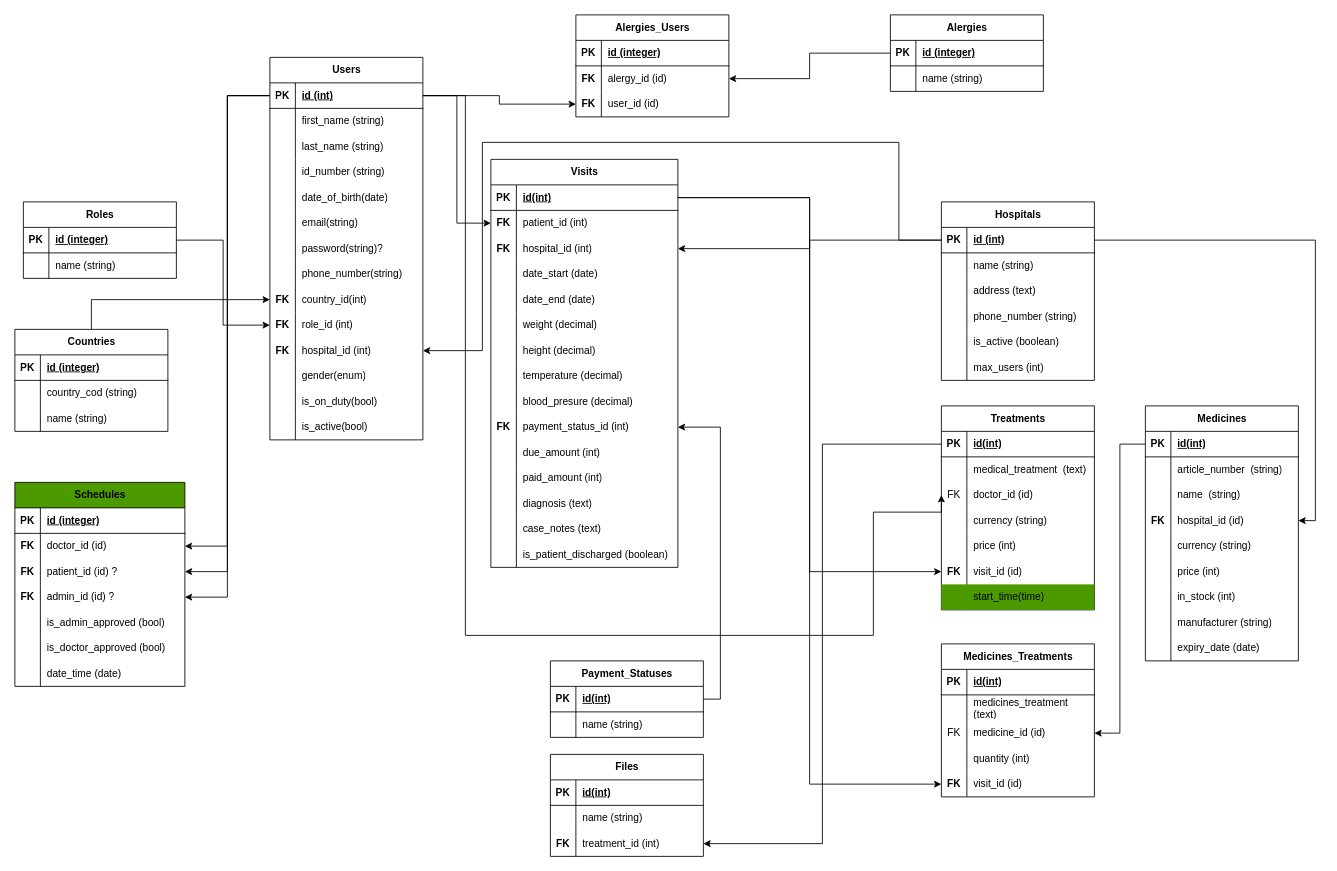
fao30/hospital-management-be keeps this draw.io diagram as Untitled Diagram.drawio. Above is the earlier version. Source tidied: cells renumbered, new cells numbered last; positions are measured from the earlier drawing's top-left corner, leaving out a move shared by most shapes. Both pictures are drawn from the tidied source at 85%, with x=0, y=0 at pixel (14, 14).
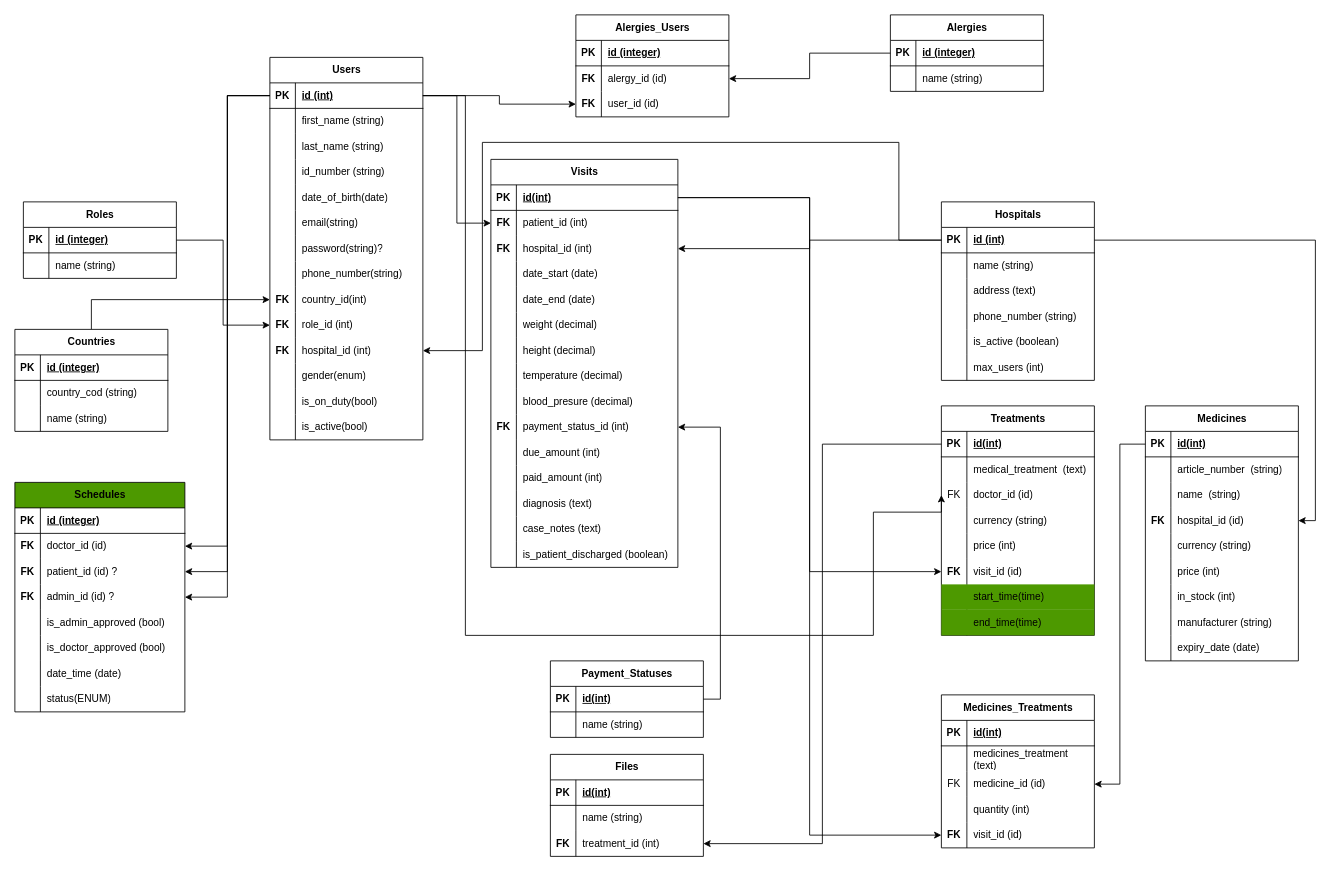
After the change.

Diff of the diagram source:
```diff
@@
     <mxCell id="131" value="Treatments" style="shape=table;startSize=30;childLayout=tableLayout;rowLines=0;fontStyle=1;align=center;html=1;" parent="1" vertex="1">
-      <mxGeometry x="1090" y="460" width="180" height="240" as="geometry" />
+      <mxGeometry x="1090" y="460" width="180" height="270" as="geometry" />
     </mxCell>
@@
+    <mxCell id="266" style="shape=tableRow;horizontal=0;startSize=0;swimlaneHead=0;swimlaneBody=0;fillColor=#4D9900;top=0;left=0;right=0;bottom=0;" parent="131" vertex="1">
+      <mxGeometry y="240" width="180" height="30" as="geometry" />
+    </mxCell>
+    <mxCell id="267" style="shape=partialRectangle;fillColor=none;top=0;left=0;bottom=0;right=0;overflow=hidden;whiteSpace=wrap;html=1;" parent="266" vertex="1">
+      <mxGeometry width="30" height="30" as="geometry" />
+    </mxCell>
+    <mxCell id="268" value="end_time(time)" style="shape=partialRectangle;fillColor=none;top=0;left=0;bottom=0;right=0;align=left;spacingLeft=6;overflow=hidden;whiteSpace=wrap;html=1;" parent="266" vertex="1">
+      <mxGeometry x="30" width="150" height="30" as="geometry" />
+    </mxCell>
@@
     <mxCell id="192" value="Medicines_Treatments" style="shape=table;startSize=30;childLayout=tableLayout;rowLines=0;fontStyle=1;align=center;html=1;fillColor=none;" parent="1" vertex="1">
-      <mxGeometry x="1090" y="740" width="180" height="180" as="geometry" />
+      <mxGeometry x="1090" y="800" width="180" height="180" as="geometry" />
     </mxCell>
@@
     <mxCell id="241" value="Schedules" style="shape=table;startSize=30;childLayout=tableLayout;rowLines=0;fontStyle=1;align=center;html=1;fillColor=#4D9900;" parent="1" vertex="1">
-      <mxGeometry y="550" width="200" height="240" as="geometry" />
+      <mxGeometry y="550" width="200" height="270" as="geometry" />
     </mxCell>
@@
+    <mxCell id="269" style="shape=tableRow;horizontal=0;startSize=0;swimlaneHead=0;swimlaneBody=0;fillColor=none;top=0;left=0;right=0;bottom=0;" parent="241" vertex="1">
+      <mxGeometry y="240" width="200" height="30" as="geometry" />
+    </mxCell>
+    <mxCell id="270" style="shape=partialRectangle;fillColor=none;top=0;left=0;bottom=0;right=0;overflow=hidden;whiteSpace=wrap;html=1;" parent="269" vertex="1">
+      <mxGeometry width="30" height="30" as="geometry" />
+    </mxCell>
+    <mxCell id="271" value="status(ENUM)" style="shape=partialRectangle;fillColor=none;top=0;left=0;bottom=0;right=0;align=left;spacingLeft=6;overflow=hidden;whiteSpace=wrap;html=1;" parent="269" vertex="1">
+      <mxGeometry x="30" width="170" height="30" as="geometry" />
+    </mxCell>
```
